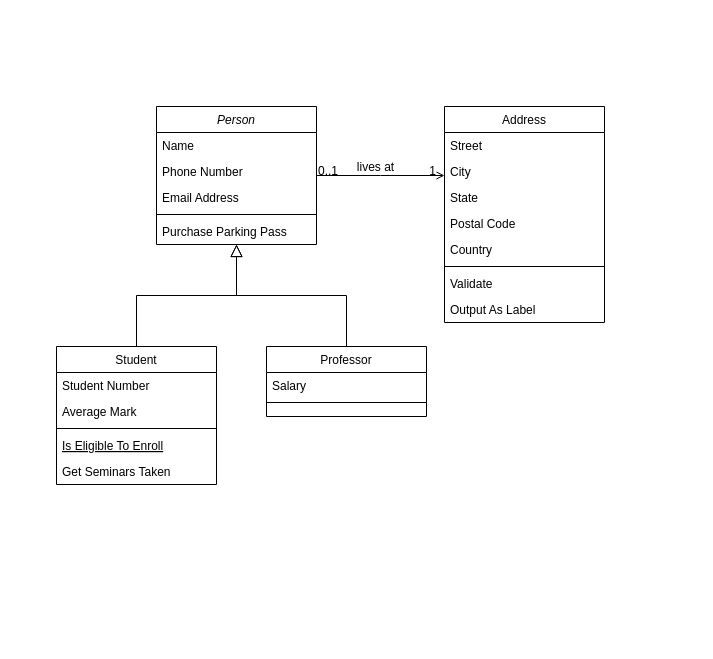
CS112-2564-Fall2024/ud1-usb-4-0 keeps this draw.io diagram as UML UD1.drawio. Above is the earlier version. Source tidied: cells renumbered, new cells numbered last; positions are measured from the earlier drawing's top-left corner, leaving out a move shared by most shapes. Both pictures are drawn from the tidied source at 100%, with x=0, y=0 at pixel (56, 106).
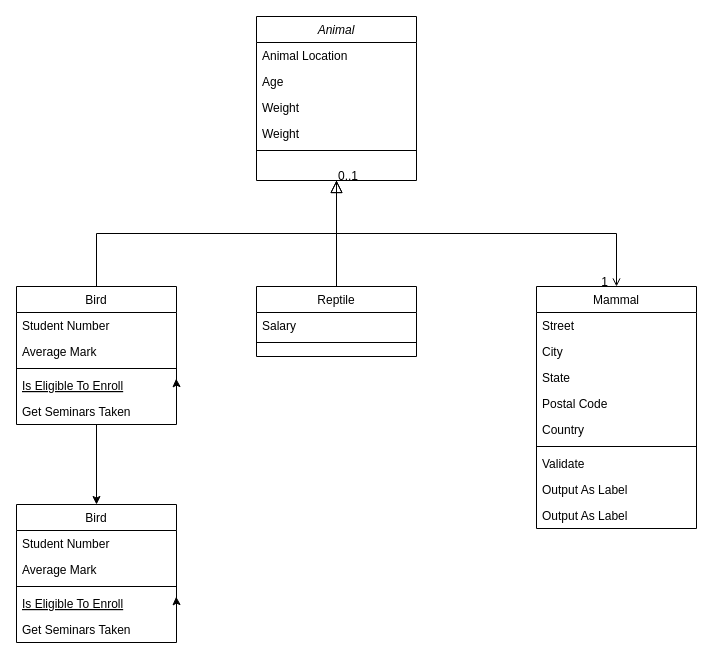
The same page after the edit.

The change refers to these unchanged cells:
```xml
<mxCell id="12" value="Is Eligible To Enroll" style="text;align=left;verticalAlign=top;spacingLeft=4;spacingRight=4;overflow=hidden;points=[[0,0.5],[1,0.5]];portConstraint=eastwest;fontStyle=4;" parent="8" vertex="1">
  <mxGeometry y="86" width="160" height="26" as="geometry" />
</mxCell>
<mxCell id="28" style="endArrow=open;shadow=0;strokeWidth=1;rounded=0;curved=0;endFill=1;edgeStyle=elbowEdgeStyle;elbow=vertical;" parent="1" edge="1" source="2" target="19">
  <mxGeometry x="0.5" y="41" relative="1" as="geometry">
    <mxPoint x="-40" y="32" as="offset" />
  </mxGeometry>
</mxCell>
```

The edit, as a diff of the source:
```diff
@@
-    <mxCell id="2" value="Person" style="swimlane;fontStyle=2;align=center;verticalAlign=top;horizontal=1;startSize=26;rounded=0;shadow=0;strokeWidth=1;" parent="1" vertex="1">
-      <mxGeometry x="100" width="160" height="138" as="geometry" />
+    <mxCell id="2" value="Animal" style="swimlane;fontStyle=2;align=center;verticalAlign=top;horizontal=1;startSize=26;rounded=0;shadow=0;strokeWidth=1;" parent="1" vertex="1">
+      <mxGeometry x="200" y="-90" width="160" height="164" as="geometry" />
     </mxCell>
-    <mxCell id="3" value="Name" style="text;align=left;verticalAlign=top;spacingLeft=4;spacingRight=4;overflow=hidden;" parent="2" vertex="1">
+    <mxCell id="3" value="Animal Location" style="text;align=left;verticalAlign=top;spacingLeft=4;spacingRight=4;overflow=hidden;" parent="2" vertex="1">
       <mxGeometry y="26" width="160" height="26" as="geometry" />
     </mxCell>
-    <mxCell id="4" value="Phone Number" style="text;align=left;verticalAlign=top;spacingLeft=4;spacingRight=4;overflow=hidden;rounded=0;shadow=0;html=0;" parent="2" vertex="1">
+    <mxCell id="4" value="Age" style="text;align=left;verticalAlign=top;spacingLeft=4;spacingRight=4;overflow=hidden;rounded=0;shadow=0;html=0;" parent="2" vertex="1">
       <mxGeometry y="52" width="160" height="26" as="geometry" />
     </mxCell>
-    <mxCell id="5" value="Email Address" style="text;align=left;verticalAlign=top;spacingLeft=4;spacingRight=4;overflow=hidden;rounded=0;shadow=0;html=0;" parent="2" vertex="1">
+    <mxCell id="5" value="Weight" style="text;align=left;verticalAlign=top;spacingLeft=4;spacingRight=4;overflow=hidden;rounded=0;shadow=0;html=0;" parent="2" vertex="1">
       <mxGeometry y="78" width="160" height="26" as="geometry" />
     </mxCell>
+    <mxCell id="32" value="Weight" style="text;align=left;verticalAlign=top;spacingLeft=4;spacingRight=4;overflow=hidden;rounded=0;shadow=0;html=0;" parent="2" vertex="1">
+      <mxGeometry y="104" width="160" height="26" as="geometry" />
+    </mxCell>
     <mxCell id="6" style="line;html=1;strokeWidth=1;align=left;verticalAlign=middle;spacingTop=-1;spacingLeft=3;spacingRight=3;labelPosition=right;" parent="2" vertex="1">
-      <mxGeometry y="104" width="160" height="8" as="geometry" />
+      <mxGeometry y="130" width="160" height="8" as="geometry" />
     </mxCell>
-    <mxCell id="7" value="Purchase Parking Pass" style="text;align=left;verticalAlign=top;spacingLeft=4;spacingRight=4;overflow=hidden;" parent="2" vertex="1">
-      <mxGeometry y="112" width="160" height="26" as="geometry" />
-    </mxCell>
+    <mxCell id="33" style="edgeStyle=orthogonalEdgeStyle;rounded=0;jettySize=auto;html=1;" parent="1" edge="1" source="8" target="36">
+      <mxGeometry relative="1" as="geometry" />
+    </mxCell>
-    <mxCell id="8" value="Student" style="swimlane;fontStyle=0;align=center;verticalAlign=top;horizontal=1;startSize=26;rounded=0;shadow=0;strokeWidth=1;" parent="1" vertex="1">
-      <mxGeometry y="240" width="160" height="138" as="geometry" />
+    <mxCell id="8" value="Bird" style="swimlane;fontStyle=0;align=center;verticalAlign=top;horizontal=1;startSize=26;rounded=0;shadow=0;strokeWidth=1;" parent="1" vertex="1">
+      <mxGeometry x="-40" y="180" width="160" height="138" as="geometry" />
     </mxCell>
@@
+    <mxCell id="34" style="edgeStyle=orthogonalEdgeStyle;rounded=0;orthogonalLoop=1;jettySize=auto;html=1;exitX=1;exitY=0.5;exitDx=0;exitDy=0;entryX=0.998;entryY=0.238;entryDx=0;entryDy=0;entryPerimeter=0;" parent="8" edge="1" source="12" target="12">
+      <mxGeometry relative="1" as="geometry" />
+    </mxCell>
@@
-    <mxCell id="15" value="Professor" style="swimlane;fontStyle=0;align=center;verticalAlign=top;horizontal=1;startSize=26;rounded=0;shadow=0;strokeWidth=1;" parent="1" vertex="1">
-      <mxGeometry x="210" y="240" width="160" height="70" as="geometry" />
+    <mxCell id="15" value="Reptile" style="swimlane;fontStyle=0;align=center;verticalAlign=top;horizontal=1;startSize=26;rounded=0;shadow=0;strokeWidth=1;" parent="1" vertex="1">
+      <mxGeometry x="200" y="180" width="160" height="70" as="geometry" />
     </mxCell>
@@
-    <mxCell id="19" value="Address" style="swimlane;fontStyle=0;align=center;verticalAlign=top;horizontal=1;startSize=26;rounded=0;shadow=0;strokeWidth=1;" parent="1" vertex="1">
-      <mxGeometry x="388" width="160" height="216" as="geometry" />
+    <mxCell id="19" value="Mammal" style="swimlane;fontStyle=0;align=center;verticalAlign=top;horizontal=1;startSize=26;rounded=0;shadow=0;strokeWidth=1;" parent="1" vertex="1">
+      <mxGeometry x="480" y="180" width="160" height="242" as="geometry" />
     </mxCell>
@@
+    <mxCell id="35" value="Output As Label" style="text;align=left;verticalAlign=top;spacingLeft=4;spacingRight=4;overflow=hidden;" parent="19" vertex="1">
+      <mxGeometry y="216" width="160" height="26" as="geometry" />
+    </mxCell>
@@
-    <mxCell id="31" value="lives at" style="text;html=1;align=center;verticalAlign=middle;labelBackgroundColor=none;rounded=0;shadow=0;strokeWidth=1;fontSize=12;" parent="28" vertex="1">
-      <mxGeometry x="0.5" y="49" relative="1" as="geometry">
-        <mxPoint x="-38" y="40" as="offset" />
-      </mxGeometry>
-    </mxCell>
+    <mxCell id="36" value="Bird" style="swimlane;fontStyle=0;align=center;verticalAlign=top;horizontal=1;startSize=26;rounded=0;shadow=0;strokeWidth=1;" parent="1" vertex="1">
+      <mxGeometry x="-40" y="398" width="160" height="138" as="geometry" />
+    </mxCell>
+    <mxCell id="37" value="Student Number" style="text;align=left;verticalAlign=top;spacingLeft=4;spacingRight=4;overflow=hidden;" parent="36" vertex="1">
+      <mxGeometry y="26" width="160" height="26" as="geometry" />
+    </mxCell>
+    <mxCell id="38" value="Average Mark" style="text;align=left;verticalAlign=top;spacingLeft=4;spacingRight=4;overflow=hidden;rounded=0;shadow=0;html=0;" parent="36" vertex="1">
+      <mxGeometry y="52" width="160" height="26" as="geometry" />
+    </mxCell>
+    <mxCell id="39" style="line;html=1;strokeWidth=1;align=left;verticalAlign=middle;spacingTop=-1;spacingLeft=3;spacingRight=3;labelPosition=right;" parent="36" vertex="1">
+      <mxGeometry y="78" width="160" height="8" as="geometry" />
+    </mxCell>
+    <mxCell id="40" value="Is Eligible To Enroll" style="text;align=left;verticalAlign=top;spacingLeft=4;spacingRight=4;overflow=hidden;points=[[0,0.5],[1,0.5]];portConstraint=eastwest;fontStyle=4;" parent="36" vertex="1">
+      <mxGeometry y="86" width="160" height="26" as="geometry" />
+    </mxCell>
+    <mxCell id="41" value="Get Seminars Taken" style="text;align=left;verticalAlign=top;spacingLeft=4;spacingRight=4;overflow=hidden;" parent="36" vertex="1">
+      <mxGeometry y="112" width="160" height="26" as="geometry" />
+    </mxCell>
+    <mxCell id="42" style="edgeStyle=orthogonalEdgeStyle;rounded=0;orthogonalLoop=1;jettySize=auto;html=1;exitX=1;exitY=0.5;exitDx=0;exitDy=0;entryX=0.998;entryY=0.238;entryDx=0;entryDy=0;entryPerimeter=0;" parent="36" edge="1" source="40" target="40">
+      <mxGeometry relative="1" as="geometry" />
+    </mxCell>
```
